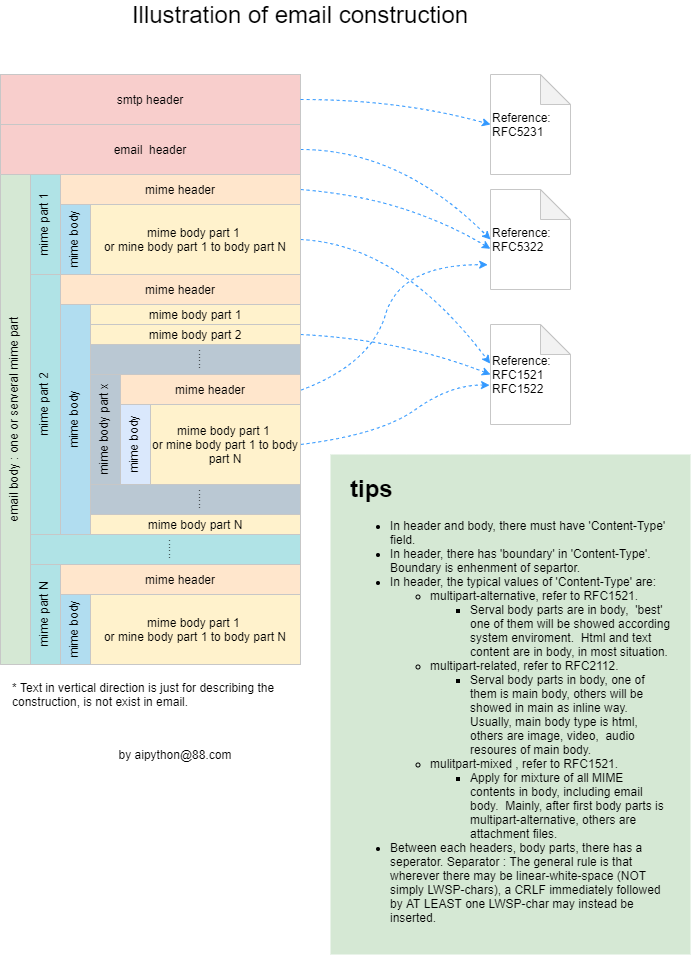
The draw.io diagram illustration of email structure.png in jryzj/mini_postoffice, before a commit. Source tidied: cells renumbered, new cells last; positions are measured from the earlier drawing's top-left corner, leaving out a move shared by most shapes.
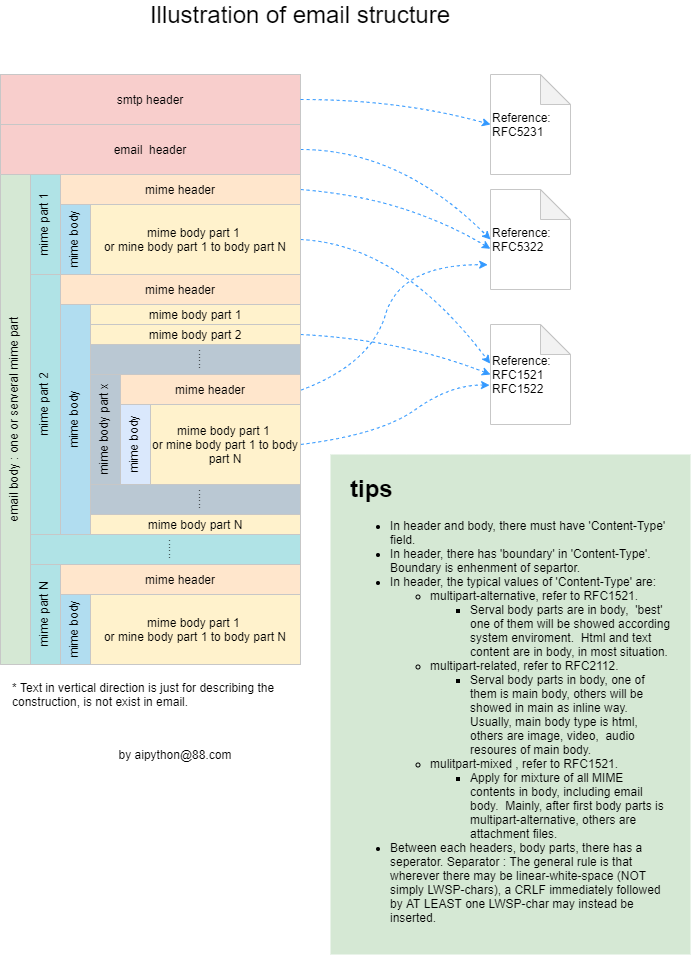
After the change.

What changed in the source:
```diff
@@ -58,7 +58,7 @@
     <mxCell id="10" value="&lt;h1&gt;tips&lt;/h1&gt;&lt;p&gt;&lt;/p&gt;&lt;ul&gt;&lt;li&gt;In header and body, there must have 'Content-Type' field.&lt;/li&gt;&lt;li&gt;In header, there has 'boundary' in 'Content-Type'. Boundary is enhenment of separtor.&lt;/li&gt;&lt;li&gt;In header, the typical values of 'Content-Type' are:&lt;/li&gt;&lt;ul&gt;&lt;li&gt;multipart-alternative, refer to RFC1521.&lt;/li&gt;&lt;ul&gt;&lt;li&gt;Serval body parts are in body,&amp;nbsp; 'best' one of them will be showed according system enviroment.&amp;nbsp; Html and text content are in body, in most situation.&lt;/li&gt;&lt;/ul&gt;&lt;li&gt;multipart-related, refer to RFC2112.&lt;/li&gt;&lt;ul&gt;&lt;li&gt;Serval body parts in body, one of them is main body, others will be showed in main as inline way. Usually, main body type is html,&amp;nbsp; others are image, video,&amp;nbsp; audio resoures of main body.&lt;/li&gt;&lt;/ul&gt;&lt;li&gt;mulitpart-mixed , refer to RFC1521.&lt;/li&gt;&lt;ul&gt;&lt;li&gt;Apply for mixture of all MIME contents in body, including email body.&amp;nbsp; Mainly, after first body parts is multipart-alternative, others are attachment files.&amp;nbsp;&lt;/li&gt;&lt;/ul&gt;&lt;/ul&gt;&lt;li&gt;Between each headers, body parts, there has a seperator. Separator : The general rule is that wherever  there may  be  linear-white-space  (NOT  simply  LWSP-chars), a CRLF immediately followed by AT LEAST one LWSP-char may instead  be inserted.&amp;nbsp;&lt;/li&gt;&lt;/ul&gt;&lt;p&gt;&lt;/p&gt;" style="text;html=1;fillColor=#d5e8d4;spacing=20;spacingTop=-20;whiteSpace=wrap;overflow=hidden;rounded=0;align=left;sketch=0;shadow=0;glass=0;" parent="1" vertex="1">
       <mxGeometry x="330" y="450" width="360" height="500" as="geometry" />
     </mxCell>
-    <mxCell id="11" value="Illustration of email construction" style="text;html=1;strokeColor=none;fillColor=none;align=center;verticalAlign=middle;whiteSpace=wrap;rounded=0;fontSize=24;" parent="1" vertex="1">
+    <mxCell id="11" value="Illustration of email structure" style="text;html=1;strokeColor=none;fillColor=none;align=center;verticalAlign=middle;whiteSpace=wrap;rounded=0;fontSize=24;" parent="1" vertex="1">
       <mxGeometry x="50" width="500" height="20" as="geometry" />
     </mxCell>
     <mxCell id="12" value="&lt;font style=&quot;font-size: 12px;&quot;&gt;by aipython@88.com&lt;/font&gt;" style="text;html=1;strokeColor=none;fillColor=none;align=center;verticalAlign=middle;whiteSpace=wrap;rounded=0;fontSize=12;sketch=1;" parent="1" vertex="1">
```
